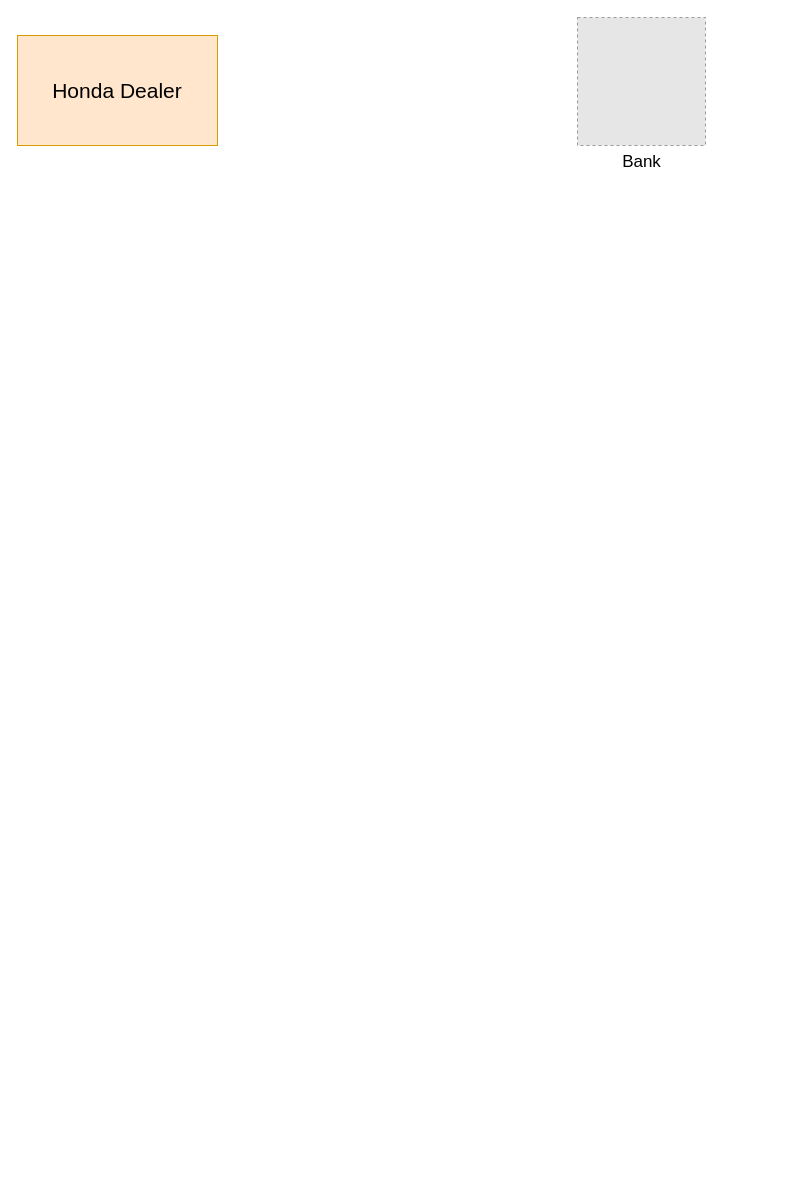
paidaxingz/draw.io keeps this draw.io diagram as 合作项目.drawio. Above is the earlier version. Source tidied: cells renumbered, new cells numbered last; positions are measured from the earlier drawing's top-left corner, leaving out a move shared by most shapes. Both pictures are drawn from the tidied source at 100%, with x=0, y=0 at pixel (17, 17). Pictures stored in the file or linked from it are replaced by grey dashed boxes.
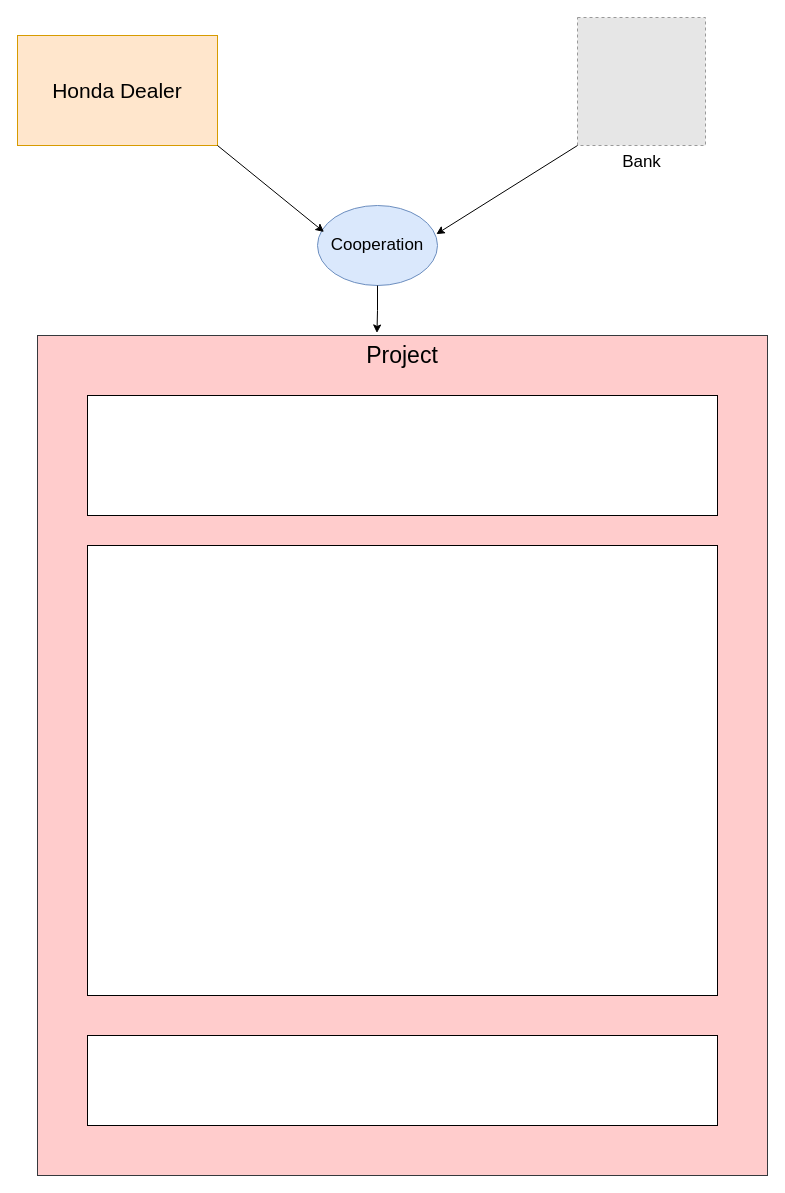
Above is the later version.

Commit message (it also covers changes not shown here):
更新合作项目.drawio

Change to the diagram source:
```diff
@@
 <mxGraphModel>
   <root>
     <mxCell id="0" />
     <mxCell id="1" parent="0" />
     <mxCell id="2" value="Honda Dealer" style="text;html=1;align=center;verticalAlign=middle;whiteSpace=wrap;rounded=0;fillColor=#ffe6cc;strokeColor=#d79b00;fontSize=21;" parent="1" vertex="1">
       <mxGeometry y="18" width="200" height="110" as="geometry" />
     </mxCell>
     <mxCell id="3" value="&lt;font style=&quot;font-size: 17px;&quot;&gt;Bank&lt;/font&gt;" style="fillColor=#E6E6E6;strokeColor=#999999;dashed=1;html=1;verticalAlign=top;verticalLabelPosition=bottom;labelBackgroundColor=#ffffff;" parent="1" vertex="1">
       <mxGeometry x="560" width="128" height="128" as="geometry" />
     </mxCell>
+    <mxCell id="4" value="Cooperation" style="ellipse;whiteSpace=wrap;html=1;fillColor=#dae8fc;strokeColor=#6c8ebf;fontSize=17;" parent="1" vertex="1">
+      <mxGeometry x="300" y="188" width="120" height="80" as="geometry" />
+    </mxCell>
+    <mxCell id="5" style="rounded=0;jettySize=auto;html=1;exitX=1;exitY=1;exitDx=0;exitDy=0;entryX=0.054;entryY=0.331;entryDx=0;entryDy=0;entryPerimeter=0;" parent="1" edge="1" source="2" target="4">
+      <mxGeometry relative="1" as="geometry" />
+    </mxCell>
+    <mxCell id="6" style="rounded=0;jettySize=auto;html=1;exitX=0;exitY=1;exitDx=0;exitDy=0;entryX=0.99;entryY=0.358;entryDx=0;entryDy=0;entryPerimeter=0;" parent="1" edge="1" source="3" target="4">
+      <mxGeometry relative="1" as="geometry" />
+    </mxCell>
+    <mxCell id="7" value="Project" style="rounded=0;whiteSpace=wrap;html=1;verticalAlign=top;fontSize=23;fillColor=#ffcccc;strokeColor=#36393d;" parent="1" vertex="1">
+      <mxGeometry x="20" y="318" width="730" height="840" as="geometry" />
+    </mxCell>
+    <mxCell id="8" style="edgeStyle=orthogonalEdgeStyle;rounded=0;jettySize=auto;html=1;exitX=0.5;exitY=1;exitDx=0;exitDy=0;entryX=0.465;entryY=-0.003;entryDx=0;entryDy=0;entryPerimeter=0;" parent="1" edge="1" source="4" target="7">
+      <mxGeometry relative="1" as="geometry" />
+    </mxCell>
+    <mxCell id="9" style="rounded=0;whiteSpace=wrap;html=1;" parent="1" vertex="1">
+      <mxGeometry x="70" y="378" width="630" height="120" as="geometry" />
+    </mxCell>
+    <mxCell id="10" style="rounded=0;whiteSpace=wrap;html=1;" parent="1" vertex="1">
+      <mxGeometry x="70" y="528" width="630" height="450" as="geometry" />
+    </mxCell>
+    <mxCell id="11" style="rounded=0;whiteSpace=wrap;html=1;" parent="1" vertex="1">
+      <mxGeometry x="70" y="1018" width="630" height="90" as="geometry" />
+    </mxCell>
   </root>
 </mxGraphModel>
```
